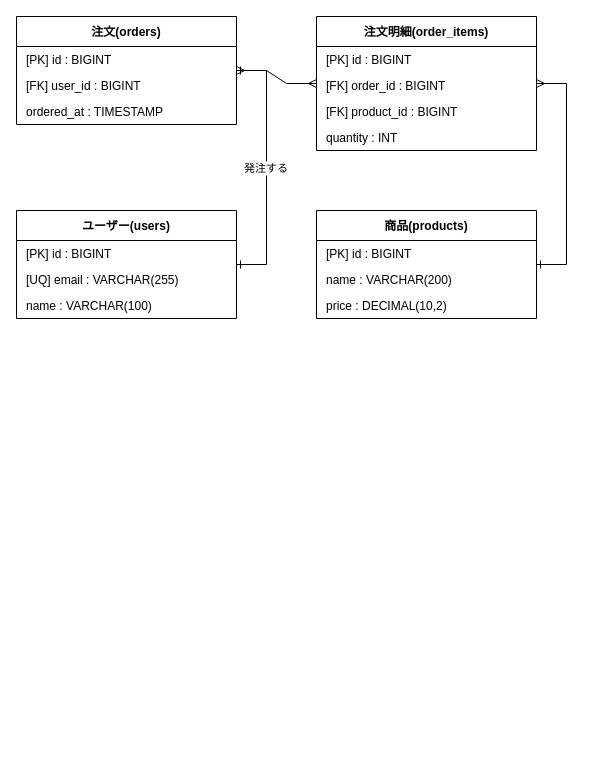
Amatsuka-kobo/amatsuka-claude-plugins keeps this draw.io diagram as plugins/basic-design/samples/order-system.drawio. Above is the earlier version. Source tidied: cells renumbered, new cells numbered last; positions are measured from the earlier drawing's top-left corner, leaving out a move shared by most shapes. Both pictures are drawn from the tidied source at 100%, with x=0, y=0 at pixel (16, 16).
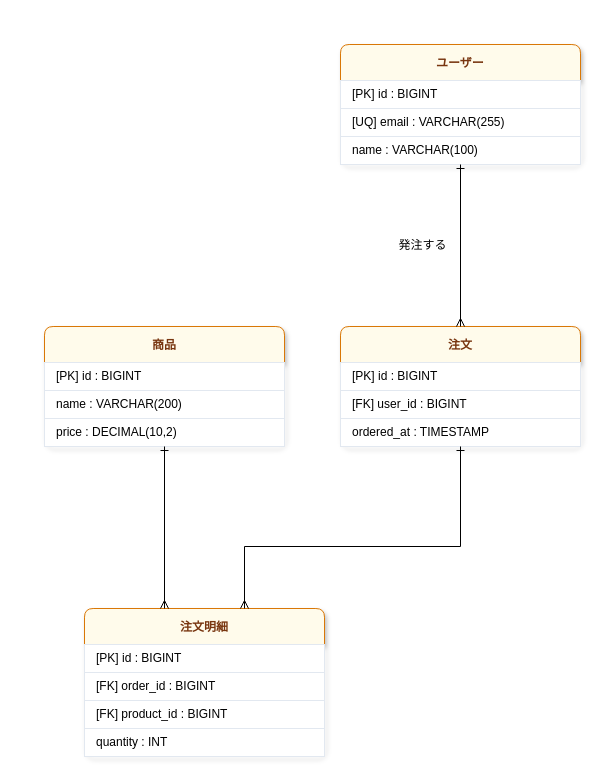
The same diagram, later.

What changed in the source:
```diff
@@
+    <mxCell id="11" value="ユーザー" style="swimlane;fontStyle=1;horizontal=1;startSize=36;rounded=1;arcSize=8;shadow=1;fillColor=#FFFBEB;strokeColor=#D97706;fontColor=#78350F;" parent="1" vertex="1">
+      <mxGeometry x="324" y="28" width="240" height="120" as="geometry" />
+    </mxCell>
+    <mxCell id="22" value="[PK] id : BIGINT" style="text;html=1;strokeColor=#E2E8F0;fillColor=#FFFFFF;align=left;verticalAlign=middle;spacingLeft=10;fontSize=12;" parent="11" vertex="1">
+      <mxGeometry y="36" width="240" height="28" as="geometry" />
+    </mxCell>
+    <mxCell id="13" value="[UQ] email : VARCHAR(255)" style="text;html=1;strokeColor=#E2E8F0;fillColor=#FFFFFF;align=left;verticalAlign=middle;spacingLeft=10;fontSize=12;" parent="11" vertex="1">
+      <mxGeometry y="64" width="240" height="28" as="geometry" />
+    </mxCell>
+    <mxCell id="14" value="name : VARCHAR(100)" style="text;html=1;strokeColor=#E2E8F0;fillColor=#FFFFFF;align=left;verticalAlign=middle;spacingLeft=10;fontSize=12;" parent="11" vertex="1">
+      <mxGeometry y="92" width="240" height="28" as="geometry" />
+    </mxCell>
-    <mxCell id="2" value="注文(orders)" style="swimlane;fontStyle=1;horizontal=1;startSize=30;rounded=0;" parent="1" vertex="1">
-      <mxGeometry width="220" height="108" as="geometry" />
+    <mxCell id="2" value="注文" style="swimlane;fontStyle=1;horizontal=1;startSize=36;rounded=1;arcSize=8;shadow=1;fillColor=#FFFBEB;strokeColor=#D97706;fontColor=#78350F;" parent="1" vertex="1">
+      <mxGeometry x="324" y="310" width="240" height="120" as="geometry" />
     </mxCell>
-    <mxCell id="3" value="[PK] id : BIGINT" style="text;strokeColor=none;fillColor=none;align=left;verticalAlign=middle;spacingLeft=8;overflow=hidden;" parent="2" vertex="1">
-      <mxGeometry y="30" width="220" height="26" as="geometry" />
-    </mxCell>
+    <mxCell id="23" value="[PK] id : BIGINT" style="text;html=1;strokeColor=#E2E8F0;fillColor=#FFFFFF;align=left;verticalAlign=middle;spacingLeft=10;fontSize=12;" parent="2" vertex="1">
+      <mxGeometry y="36" width="240" height="28" as="geometry" />
+    </mxCell>
-    <mxCell id="4" value="[FK] user_id : BIGINT" style="text;strokeColor=none;fillColor=none;align=left;verticalAlign=middle;spacingLeft=8;overflow=hidden;" parent="2" vertex="1">
-      <mxGeometry y="56" width="220" height="26" as="geometry" />
+    <mxCell id="4" value="[FK] user_id : BIGINT" style="text;html=1;strokeColor=#E2E8F0;fillColor=#FFFFFF;align=left;verticalAlign=middle;spacingLeft=10;fontSize=12;" parent="2" vertex="1">
+      <mxGeometry y="64" width="240" height="28" as="geometry" />
     </mxCell>
-    <mxCell id="5" value="ordered_at : TIMESTAMP" style="text;strokeColor=none;fillColor=none;align=left;verticalAlign=middle;spacingLeft=8;overflow=hidden;" parent="2" vertex="1">
-      <mxGeometry y="82" width="220" height="26" as="geometry" />
+    <mxCell id="5" value="ordered_at : TIMESTAMP" style="text;html=1;strokeColor=#E2E8F0;fillColor=#FFFFFF;align=left;verticalAlign=middle;spacingLeft=10;fontSize=12;" parent="2" vertex="1">
+      <mxGeometry y="92" width="240" height="28" as="geometry" />
     </mxCell>
-    <mxCell id="6" value="注文明細(order_items)" style="swimlane;fontStyle=1;horizontal=1;startSize=30;rounded=0;" parent="1" vertex="1">
-      <mxGeometry x="300" width="220" height="134" as="geometry" />
+    <mxCell id="6" value="注文明細" style="swimlane;fontStyle=1;horizontal=1;startSize=36;rounded=1;arcSize=8;shadow=1;fillColor=#FFFBEB;strokeColor=#D97706;fontColor=#78350F;" parent="1" vertex="1">
+      <mxGeometry x="68" y="592" width="240" height="148" as="geometry" />
     </mxCell>
-    <mxCell id="7" value="[PK] id : BIGINT" style="text;strokeColor=none;fillColor=none;align=left;verticalAlign=middle;spacingLeft=8;overflow=hidden;" parent="6" vertex="1">
-      <mxGeometry y="30" width="220" height="26" as="geometry" />
-    </mxCell>
+    <mxCell id="24" value="[PK] id : BIGINT" style="text;html=1;strokeColor=#E2E8F0;fillColor=#FFFFFF;align=left;verticalAlign=middle;spacingLeft=10;fontSize=12;" parent="6" vertex="1">
+      <mxGeometry y="36" width="240" height="28" as="geometry" />
+    </mxCell>
-    <mxCell id="8" value="[FK] order_id : BIGINT" style="text;strokeColor=none;fillColor=none;align=left;verticalAlign=middle;spacingLeft=8;overflow=hidden;" parent="6" vertex="1">
-      <mxGeometry y="56" width="220" height="26" as="geometry" />
+    <mxCell id="8" value="[FK] order_id : BIGINT" style="text;html=1;strokeColor=#E2E8F0;fillColor=#FFFFFF;align=left;verticalAlign=middle;spacingLeft=10;fontSize=12;" parent="6" vertex="1">
+      <mxGeometry y="64" width="240" height="28" as="geometry" />
     </mxCell>
-    <mxCell id="9" value="[FK] product_id : BIGINT" style="text;strokeColor=none;fillColor=none;align=left;verticalAlign=middle;spacingLeft=8;overflow=hidden;" parent="6" vertex="1">
-      <mxGeometry y="82" width="220" height="26" as="geometry" />
+    <mxCell id="9" value="[FK] product_id : BIGINT" style="text;html=1;strokeColor=#E2E8F0;fillColor=#FFFFFF;align=left;verticalAlign=middle;spacingLeft=10;fontSize=12;" parent="6" vertex="1">
+      <mxGeometry y="92" width="240" height="28" as="geometry" />
     </mxCell>
-    <mxCell id="10" value="quantity : INT" style="text;strokeColor=none;fillColor=none;align=left;verticalAlign=middle;spacingLeft=8;overflow=hidden;" parent="6" vertex="1">
-      <mxGeometry y="108" width="220" height="26" as="geometry" />
+    <mxCell id="10" value="quantity : INT" style="text;html=1;strokeColor=#E2E8F0;fillColor=#FFFFFF;align=left;verticalAlign=middle;spacingLeft=10;fontSize=12;" parent="6" vertex="1">
+      <mxGeometry y="120" width="240" height="28" as="geometry" />
     </mxCell>
-    <mxCell id="11" value="ユーザー(users)" style="swimlane;fontStyle=1;horizontal=1;startSize=30;rounded=0;" parent="1" vertex="1">
-      <mxGeometry y="194" width="220" height="108" as="geometry" />
-    </mxCell>
-    <mxCell id="12" value="[PK] id : BIGINT" style="text;strokeColor=none;fillColor=none;align=left;verticalAlign=middle;spacingLeft=8;overflow=hidden;" parent="11" vertex="1">
-      <mxGeometry y="30" width="220" height="26" as="geometry" />
-    </mxCell>
-    <mxCell id="13" value="[UQ] email : VARCHAR(255)" style="text;strokeColor=none;fillColor=none;align=left;verticalAlign=middle;spacingLeft=8;overflow=hidden;" parent="11" vertex="1">
-      <mxGeometry y="56" width="220" height="26" as="geometry" />
-    </mxCell>
-    <mxCell id="14" value="name : VARCHAR(100)" style="text;strokeColor=none;fillColor=none;align=left;verticalAlign=middle;spacingLeft=8;overflow=hidden;" parent="11" vertex="1">
-      <mxGeometry y="82" width="220" height="26" as="geometry" />
-    </mxCell>
-    <mxCell id="15" value="商品(products)" style="swimlane;fontStyle=1;horizontal=1;startSize=30;rounded=0;" parent="1" vertex="1">
-      <mxGeometry x="300" y="194" width="220" height="108" as="geometry" />
+    <mxCell id="15" value="商品" style="swimlane;fontStyle=1;horizontal=1;startSize=36;rounded=1;arcSize=8;shadow=1;fillColor=#FFFBEB;strokeColor=#D97706;fontColor=#78350F;" parent="1" vertex="1">
+      <mxGeometry x="28" y="310" width="240" height="120" as="geometry" />
     </mxCell>
-    <mxCell id="16" value="[PK] id : BIGINT" style="text;strokeColor=none;fillColor=none;align=left;verticalAlign=middle;spacingLeft=8;overflow=hidden;" parent="15" vertex="1">
-      <mxGeometry y="30" width="220" height="26" as="geometry" />
-    </mxCell>
+    <mxCell id="25" value="[PK] id : BIGINT" style="text;html=1;strokeColor=#E2E8F0;fillColor=#FFFFFF;align=left;verticalAlign=middle;spacingLeft=10;fontSize=12;" parent="15" vertex="1">
+      <mxGeometry y="36" width="240" height="28" as="geometry" />
+    </mxCell>
-    <mxCell id="17" value="name : VARCHAR(200)" style="text;strokeColor=none;fillColor=none;align=left;verticalAlign=middle;spacingLeft=8;overflow=hidden;" parent="15" vertex="1">
-      <mxGeometry y="56" width="220" height="26" as="geometry" />
+    <mxCell id="17" value="name : VARCHAR(200)" style="text;html=1;strokeColor=#E2E8F0;fillColor=#FFFFFF;align=left;verticalAlign=middle;spacingLeft=10;fontSize=12;" parent="15" vertex="1">
+      <mxGeometry y="64" width="240" height="28" as="geometry" />
     </mxCell>
-    <mxCell id="18" value="price : DECIMAL(10,2)" style="text;strokeColor=none;fillColor=none;align=left;verticalAlign=middle;spacingLeft=8;overflow=hidden;" parent="15" vertex="1">
-      <mxGeometry y="82" width="220" height="26" as="geometry" />
+    <mxCell id="18" value="price : DECIMAL(10,2)" style="text;html=1;strokeColor=#E2E8F0;fillColor=#FFFFFF;align=left;verticalAlign=middle;spacingLeft=10;fontSize=12;" parent="15" vertex="1">
+      <mxGeometry y="92" width="240" height="28" as="geometry" />
     </mxCell>
-    <mxCell id="19" value="発注する" style="edgeStyle=entityRelationEdgeStyle;rounded=0;startArrow=ERone;startFill=0;endArrow=ERmany;endFill=0;" parent="1" edge="1" source="11" target="2">
-      <mxGeometry relative="1" as="geometry" />
+    <mxCell id="19" style="rounded=0;startArrow=ERone;startFill=0;endArrow=ERmany;endFill=0;" parent="1" edge="1">
+      <mxGeometry relative="1" as="geometry">
+        <mxPoint x="444" y="148" as="sourcePoint" />
+        <mxPoint x="444" y="310" as="targetPoint" />
+      </mxGeometry>
     </mxCell>
+    <mxCell id="26" value="発注する" style="text;html=1;strokeColor=none;fillColor=#FFFFFF;align=center;verticalAlign=middle;spacing=0;" parent="1" vertex="1">
+      <mxGeometry x="370" y="220" width="72" height="18" as="geometry" />
+    </mxCell>
-    <mxCell id="20" style="edgeStyle=entityRelationEdgeStyle;rounded=0;startArrow=ERone;startFill=0;endArrow=ERmany;endFill=0;" parent="1" edge="1" source="2" target="6">
-      <mxGeometry relative="1" as="geometry" />
+    <mxCell id="20" style="rounded=0;startArrow=ERone;startFill=0;endArrow=ERmany;endFill=0;" parent="1" edge="1">
+      <mxGeometry relative="1" as="geometry">
+        <mxPoint x="444" y="430" as="sourcePoint" />
+        <mxPoint x="228" y="592" as="targetPoint" />
+        <Array as="points">
+          <mxPoint x="444" y="530" />
+          <mxPoint x="228" y="530" />
+        </Array>
+      </mxGeometry>
     </mxCell>
-    <mxCell id="21" style="edgeStyle=entityRelationEdgeStyle;rounded=0;startArrow=ERone;startFill=0;endArrow=ERmany;endFill=0;" parent="1" edge="1" source="15" target="6">
-      <mxGeometry relative="1" as="geometry" />
+    <mxCell id="21" style="rounded=0;startArrow=ERone;startFill=0;endArrow=ERmany;endFill=0;" parent="1" edge="1">
+      <mxGeometry relative="1" as="geometry">
+        <mxPoint x="148" y="430" as="sourcePoint" />
+        <mxPoint x="148" y="592" as="targetPoint" />
+      </mxGeometry>
     </mxCell>
```
